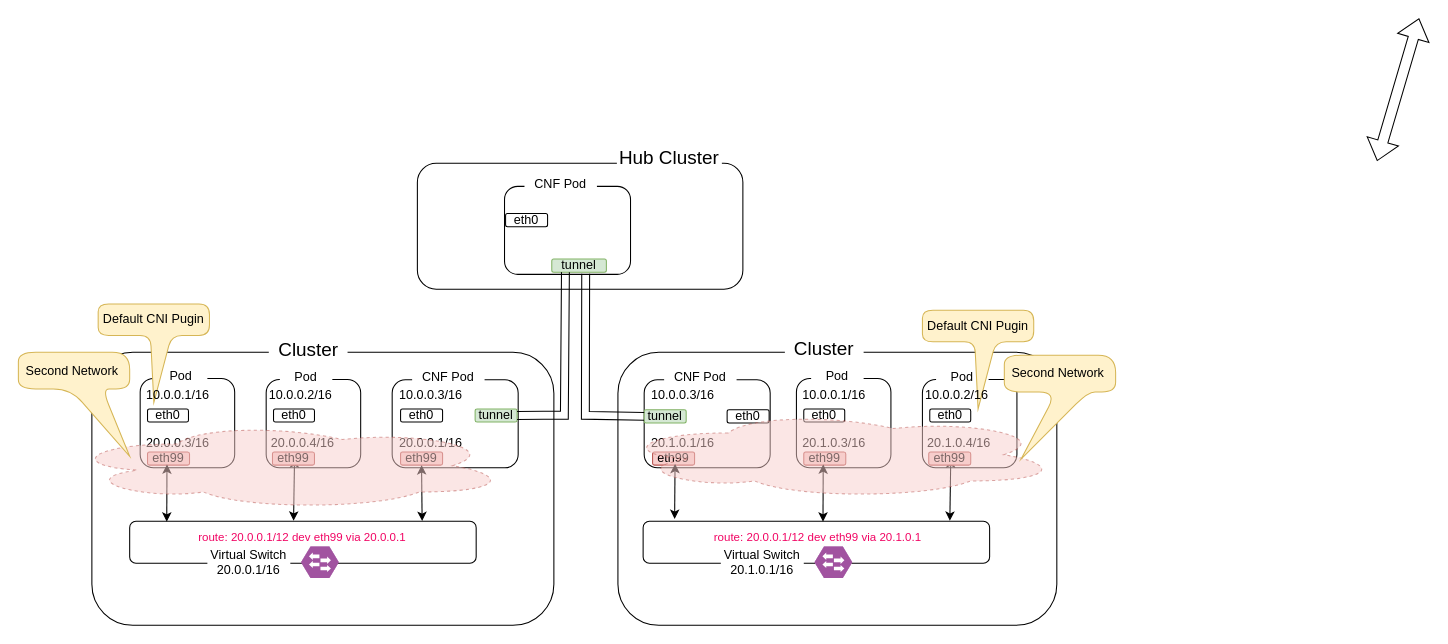
Before: page "Page-4" (4 of 8) of cloud-edge-softarch.drawio in pmlproject9/system_design, a draw.io diagram. Source tidied: cells renumbered, new cells numbered last; positions are measured from the earlier drawing's top-left corner, leaving out a move shared by most shapes. Both pictures are drawn from the tidied source at 105%, with x=0, y=0 at pixel (18, 18).
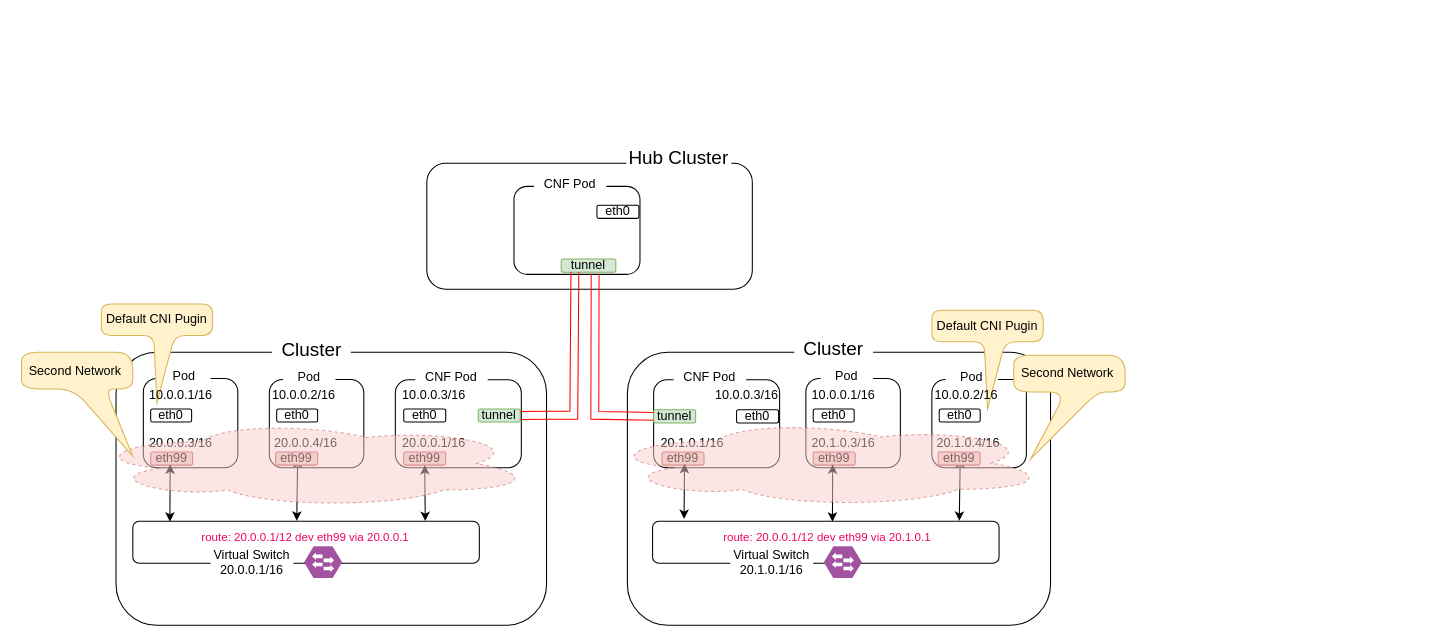
The same page after the edit.

Change to the diagram source:
```diff
@@
     <mxCell id="2" style="rounded=1;whiteSpace=wrap;html=1;" parent="1" vertex="1">
-      <mxGeometry x="380" y="138" width="310" height="120" as="geometry" />
+      <mxGeometry x="389" y="138" width="310" height="120" as="geometry" />
     </mxCell>
     <mxCell id="3" style="rounded=1;whiteSpace=wrap;html=1;" parent="1" vertex="1">
-      <mxGeometry x="70" y="318" width="440" height="260" as="geometry" />
+      <mxGeometry x="93" y="318" width="410" height="260" as="geometry" />
     </mxCell>
     <mxCell id="4" value="&lt;font style=&quot;font-size: 18px;&quot;&gt;Cluster&lt;/font&gt;" style="text;strokeColor=none;align=center;fillColor=default;html=1;verticalAlign=middle;whiteSpace=wrap;rounded=0;" parent="1" vertex="1">
-      <mxGeometry x="238.5" y="301" width="75" height="30" as="geometry" />
+      <mxGeometry x="241.5" y="301" width="75" height="30" as="geometry" />
     </mxCell>
     <mxCell id="5" style="rounded=1;whiteSpace=wrap;html=1;" parent="1" vertex="1">
-      <mxGeometry x="116" y="343" width="90" height="85" as="geometry" />
+      <mxGeometry x="119" y="343" width="90" height="85" as="geometry" />
     </mxCell>
     <mxCell id="6" value="eth0" style="rounded=1;whiteSpace=wrap;html=1;" parent="1" vertex="1">
-      <mxGeometry x="123" y="372" width="39" height="12.5" as="geometry" />
+      <mxGeometry x="126" y="372" width="39" height="12.5" as="geometry" />
     </mxCell>
     <mxCell id="7" value="&lt;font style=&quot;font-size: 12px;&quot;&gt;Pod&lt;/font&gt;" style="text;strokeColor=none;align=center;fillColor=default;html=1;verticalAlign=middle;whiteSpace=wrap;rounded=0;" parent="1" vertex="1">
-      <mxGeometry x="130" y="331" width="50" height="20" as="geometry" />
+      <mxGeometry x="133" y="331" width="50" height="20" as="geometry" />
     </mxCell>
     <mxCell id="8" style="rounded=1;whiteSpace=wrap;html=1;" parent="1" vertex="1">
-      <mxGeometry x="236" y="344" width="90" height="84" as="geometry" />
+      <mxGeometry x="239" y="344" width="90" height="84" as="geometry" />
     </mxCell>
     <mxCell id="9" value="eth0" style="rounded=1;whiteSpace=wrap;html=1;" parent="1" vertex="1">
-      <mxGeometry x="243" y="372" width="39" height="12.5" as="geometry" />
+      <mxGeometry x="246" y="372" width="39" height="12.5" as="geometry" />
     </mxCell>
     <mxCell id="10" value="&lt;font style=&quot;font-size: 12px;&quot;&gt;Pod&lt;/font&gt;" style="text;strokeColor=none;align=center;fillColor=default;html=1;verticalAlign=middle;whiteSpace=wrap;rounded=0;" parent="1" vertex="1">
-      <mxGeometry x="249" y="332" width="50" height="20" as="geometry" />
+      <mxGeometry x="252" y="332" width="50" height="20" as="geometry" />
     </mxCell>
     <mxCell id="11" value="Default CNI Pugin" style="shape=callout;whiteSpace=wrap;html=1;perimeter=calloutPerimeter;size=64;position=0.47;fillColor=#fff2cc;strokeColor=#d6b656;rounded=1;" parent="1" vertex="1">
-      <mxGeometry x="76" y="272" width="106" height="94" as="geometry" />
+      <mxGeometry x="79" y="272" width="106" height="94" as="geometry" />
     </mxCell>
     <mxCell id="12" style="rounded=1;whiteSpace=wrap;html=1;" parent="1" vertex="1">
-      <mxGeometry x="356" y="344.2" width="120" height="83.8" as="geometry" />
+      <mxGeometry x="359" y="344.2" width="120" height="83.8" as="geometry" />
     </mxCell>
     <mxCell id="13" value="eth0" style="rounded=1;whiteSpace=wrap;html=1;" parent="1" vertex="1">
-      <mxGeometry x="364" y="372" width="40" height="12.5" as="geometry" />
+      <mxGeometry x="367" y="372" width="40" height="12.5" as="geometry" />
     </mxCell>
     <mxCell id="14" value="&lt;font style=&quot;font-size: 12px;&quot;&gt;CNF Pod&lt;/font&gt;" style="text;strokeColor=none;align=center;fillColor=default;html=1;verticalAlign=middle;whiteSpace=wrap;rounded=0;" parent="1" vertex="1">
-      <mxGeometry x="375" y="332.2" width="69" height="20" as="geometry" />
+      <mxGeometry x="378" y="332.2" width="69" height="20" as="geometry" />
     </mxCell>
     <mxCell id="15" value="eth99" style="rounded=1;whiteSpace=wrap;html=1;fillColor=#f8cecc;strokeColor=#b85450;" parent="1" vertex="1">
-      <mxGeometry x="123" y="413" width="40" height="12.5" as="geometry" />
+      <mxGeometry x="126" y="413" width="40" height="12.5" as="geometry" />
     </mxCell>
     <mxCell id="16" value="eth99" style="rounded=1;whiteSpace=wrap;html=1;fillColor=#f8cecc;strokeColor=#b85450;" parent="1" vertex="1">
-      <mxGeometry x="364" y="413" width="40" height="12.5" as="geometry" />
+      <mxGeometry x="367" y="413" width="40" height="12.5" as="geometry" />
     </mxCell>
     <mxCell id="17" style="rounded=1;whiteSpace=wrap;html=1;" parent="1" vertex="1">
-      <mxGeometry x="106" y="479" width="330" height="40" as="geometry" />
+      <mxGeometry x="109" y="479" width="330" height="40" as="geometry" />
     </mxCell>
     <mxCell id="18" style="verticalLabelPosition=bottom;html=1;fillColor=#A153A0;strokeColor=#ffffff;verticalAlign=top;align=center;shape=mxgraph.cisco_safe.compositeIcon;bgIcon=mxgraph.cisco_safe.design.blank_device;resIcon=mxgraph.cisco_safe.design.l2_switch;" parent="1" vertex="1">
-      <mxGeometry x="269.2" y="503" width="36" height="30" as="geometry" />
+      <mxGeometry x="272.2" y="503" width="36" height="30" as="geometry" />
     </mxCell>
     <mxCell id="19" value="&lt;font style=&quot;font-size: 12px;&quot;&gt;Virtual Switch 20.0.0.1/16&lt;/font&gt;" style="text;strokeColor=none;align=center;fillColor=default;html=1;verticalAlign=middle;whiteSpace=wrap;rounded=0;" parent="1" vertex="1">
-      <mxGeometry x="180" y="508" width="79" height="20" as="geometry" />
+      <mxGeometry x="183" y="508" width="79" height="20" as="geometry" />
     </mxCell>
@@
     <mxCell id="22" style="endArrow=classic;startArrow=classic;html=1;rounded=0;exitX=0.473;exitY=-0.013;exitDx=0;exitDy=0;exitPerimeter=0;entryX=0.5;entryY=1;entryDx=0;entryDy=0;" parent="1" edge="1" source="17">
       <mxGeometry relative="1" as="geometry">
-        <mxPoint x="263" y="419" as="targetPoint" />
+        <mxPoint x="266" y="419" as="targetPoint" />
       </mxGeometry>
     </mxCell>
@@
     <mxCell id="24" value="10.0.0.1/16" style="text;strokeColor=none;align=center;fillColor=none;html=1;verticalAlign=middle;whiteSpace=wrap;rounded=0;" parent="1" vertex="1">
-      <mxGeometry x="122" y="344.2" width="60" height="30" as="geometry" />
+      <mxGeometry x="125" y="344.2" width="60" height="30" as="geometry" />
     </mxCell>
     <mxCell id="25" value="10.0.0.2/16" style="text;strokeColor=none;align=center;fillColor=none;html=1;verticalAlign=middle;whiteSpace=wrap;rounded=0;" parent="1" vertex="1">
-      <mxGeometry x="238.5" y="344.2" width="60" height="30" as="geometry" />
+      <mxGeometry x="241.5" y="344.2" width="60" height="30" as="geometry" />
     </mxCell>
     <mxCell id="26" value="10.0.0.3/16" style="text;strokeColor=none;align=center;fillColor=none;html=1;verticalAlign=middle;whiteSpace=wrap;rounded=0;" parent="1" vertex="1">
-      <mxGeometry x="363" y="344" width="60" height="30" as="geometry" />
+      <mxGeometry x="366" y="344" width="60" height="30" as="geometry" />
     </mxCell>
     <mxCell id="27" value="20.0.0.3/16" style="text;strokeColor=none;align=center;fillColor=none;html=1;verticalAlign=middle;whiteSpace=wrap;rounded=0;" parent="1" vertex="1">
-      <mxGeometry x="122" y="396.5" width="60" height="16.5" as="geometry" />
+      <mxGeometry x="125" y="396.5" width="60" height="16.5" as="geometry" />
     </mxCell>
     <mxCell id="28" value="eth99" style="rounded=1;whiteSpace=wrap;html=1;fillColor=#f8cecc;strokeColor=#b85450;" parent="1" vertex="1">
-      <mxGeometry x="242" y="413" width="40" height="12.5" as="geometry" />
+      <mxGeometry x="245" y="413" width="40" height="12.5" as="geometry" />
     </mxCell>
     <mxCell id="29" value="20.0.0.4/16" style="text;strokeColor=none;align=center;fillColor=none;html=1;verticalAlign=middle;whiteSpace=wrap;rounded=0;" parent="1" vertex="1">
-      <mxGeometry x="241" y="396.5" width="60" height="16.5" as="geometry" />
+      <mxGeometry x="244" y="396.5" width="60" height="16.5" as="geometry" />
     </mxCell>
     <mxCell id="30" value="20.0.0.1/16" style="text;strokeColor=none;align=center;fillColor=none;html=1;verticalAlign=middle;whiteSpace=wrap;rounded=0;" parent="1" vertex="1">
-      <mxGeometry x="363" y="396.5" width="60" height="16.5" as="geometry" />
+      <mxGeometry x="366" y="396.5" width="60" height="16.5" as="geometry" />
     </mxCell>
     <mxCell id="31" style="ellipse;shape=cloud;whiteSpace=wrap;html=1;fillColor=#f8cecc;dashed=1;strokeColor=#b85450;opacity=50;" parent="1" vertex="1">
-      <mxGeometry x="46" y="384.5" width="420" height="83.2" as="geometry" />
+      <mxGeometry x="69" y="382.5" width="420" height="83.2" as="geometry" />
     </mxCell>
     <mxCell id="32" value="Second Network&amp;nbsp;" style="shape=callout;whiteSpace=wrap;html=1;perimeter=calloutPerimeter;size=64;position=0.47;fillColor=#fff2cc;strokeColor=#d6b656;rounded=1;base=30;arcSize=33;position2=1;" parent="1" vertex="1">
-      <mxGeometry y="318" width="106" height="99" as="geometry" />
+      <mxGeometry x="3" y="318" width="106" height="99" as="geometry" />
     </mxCell>
     <mxCell id="33" value="tunnel" style="rounded=1;whiteSpace=wrap;html=1;fillColor=#d5e8d4;strokeColor=#82b366;" parent="1" vertex="1">
-      <mxGeometry x="435" y="372" width="40" height="12.5" as="geometry" />
+      <mxGeometry x="438" y="372" width="40" height="12.5" as="geometry" />
     </mxCell>
     <mxCell id="34" style="rounded=1;whiteSpace=wrap;html=1;" parent="1" vertex="1">
-      <mxGeometry x="463" y="160" width="120" height="83.8" as="geometry" />
+      <mxGeometry x="472" y="160" width="120" height="83.8" as="geometry" />
     </mxCell>
     <mxCell id="35" value="&lt;font style=&quot;font-size: 12px;&quot;&gt;CNF Pod&lt;/font&gt;" style="text;strokeColor=none;align=center;fillColor=default;html=1;verticalAlign=middle;whiteSpace=wrap;rounded=0;" parent="1" vertex="1">
-      <mxGeometry x="482" y="148" width="69" height="20" as="geometry" />
+      <mxGeometry x="491" y="148" width="69" height="20" as="geometry" />
     </mxCell>
     <mxCell id="36" value="tunnel" style="rounded=1;whiteSpace=wrap;html=1;fillColor=#d5e8d4;strokeColor=#82b366;" parent="1" vertex="1">
-      <mxGeometry x="508" y="229.2" width="52" height="12.5" as="geometry" />
+      <mxGeometry x="517" y="229.2" width="52" height="12.5" as="geometry" />
     </mxCell>
     <mxCell id="37" value="eth0" style="rounded=1;whiteSpace=wrap;html=1;" parent="1" vertex="1">
-      <mxGeometry x="464" y="185.9" width="40" height="12.5" as="geometry" />
+      <mxGeometry x="551" y="178" width="40" height="12.5" as="geometry" />
     </mxCell>
     <mxCell id="38" style="rounded=1;whiteSpace=wrap;html=1;" parent="1" vertex="1">
-      <mxGeometry x="571" y="318" width="418" height="260" as="geometry" />
+      <mxGeometry x="580" y="318" width="403" height="260" as="geometry" />
     </mxCell>
     <mxCell id="39" value="&lt;font style=&quot;font-size: 18px;&quot;&gt;Cluster&lt;/font&gt;" style="text;strokeColor=none;align=center;fillColor=default;html=1;verticalAlign=middle;whiteSpace=wrap;rounded=0;" parent="1" vertex="1">
-      <mxGeometry x="730" y="299.8" width="75" height="30" as="geometry" />
+      <mxGeometry x="739" y="299.8" width="75" height="30" as="geometry" />
     </mxCell>
     <mxCell id="40" style="rounded=1;whiteSpace=wrap;html=1;" parent="1" vertex="1">
-      <mxGeometry x="741" y="343" width="90" height="85" as="geometry" />
+      <mxGeometry x="750" y="343" width="90" height="85" as="geometry" />
     </mxCell>
     <mxCell id="41" value="eth0" style="rounded=1;whiteSpace=wrap;html=1;" parent="1" vertex="1">
-      <mxGeometry x="748" y="372" width="39" height="12.5" as="geometry" />
+      <mxGeometry x="757" y="372" width="39" height="12.5" as="geometry" />
     </mxCell>
     <mxCell id="42" value="&lt;font style=&quot;font-size: 12px;&quot;&gt;Pod&lt;/font&gt;" style="text;strokeColor=none;align=center;fillColor=default;html=1;verticalAlign=middle;whiteSpace=wrap;rounded=0;" parent="1" vertex="1">
-      <mxGeometry x="755" y="331" width="50" height="20" as="geometry" />
+      <mxGeometry x="764" y="331" width="50" height="20" as="geometry" />
     </mxCell>
     <mxCell id="43" style="rounded=1;whiteSpace=wrap;html=1;" parent="1" vertex="1">
-      <mxGeometry x="861" y="344" width="90" height="84" as="geometry" />
+      <mxGeometry x="870" y="344" width="90" height="84" as="geometry" />
     </mxCell>
     <mxCell id="44" value="eth0" style="rounded=1;whiteSpace=wrap;html=1;" parent="1" vertex="1">
-      <mxGeometry x="868" y="372" width="39" height="12.5" as="geometry" />
+      <mxGeometry x="877" y="372" width="39" height="12.5" as="geometry" />
     </mxCell>
     <mxCell id="45" value="&lt;font style=&quot;font-size: 12px;&quot;&gt;Pod&lt;/font&gt;" style="text;strokeColor=none;align=center;fillColor=default;html=1;verticalAlign=middle;whiteSpace=wrap;rounded=0;" parent="1" vertex="1">
-      <mxGeometry x="874" y="332" width="50" height="20" as="geometry" />
+      <mxGeometry x="883" y="332" width="50" height="20" as="geometry" />
     </mxCell>
     <mxCell id="46" value="Default CNI Pugin" style="shape=callout;whiteSpace=wrap;html=1;perimeter=calloutPerimeter;size=64;position=0.47;fillColor=#fff2cc;strokeColor=#d6b656;rounded=1;" parent="1" vertex="1">
-      <mxGeometry x="861" y="278" width="106" height="94" as="geometry" />
+      <mxGeometry x="870" y="278" width="106" height="94" as="geometry" />
     </mxCell>
     <mxCell id="47" style="rounded=1;whiteSpace=wrap;html=1;" parent="1" vertex="1">
-      <mxGeometry x="596" y="344.2" width="120" height="83.8" as="geometry" />
+      <mxGeometry x="605" y="344.2" width="120" height="83.8" as="geometry" />
     </mxCell>
     <mxCell id="48" value="eth0" style="rounded=1;whiteSpace=wrap;html=1;" parent="1" vertex="1">
-      <mxGeometry x="675" y="372.8" width="40" height="12.5" as="geometry" />
+      <mxGeometry x="684" y="372.8" width="40" height="12.5" as="geometry" />
     </mxCell>
     <mxCell id="49" value="&lt;font style=&quot;font-size: 12px;&quot;&gt;CNF Pod&lt;/font&gt;" style="text;strokeColor=none;align=center;fillColor=default;html=1;verticalAlign=middle;whiteSpace=wrap;rounded=0;" parent="1" vertex="1">
-      <mxGeometry x="615" y="332.2" width="69" height="20" as="geometry" />
+      <mxGeometry x="624" y="332.2" width="69" height="20" as="geometry" />
     </mxCell>
     <mxCell id="50" value="eth99" style="rounded=1;whiteSpace=wrap;html=1;fillColor=#f8cecc;strokeColor=#b85450;" parent="1" vertex="1">
-      <mxGeometry x="748" y="413" width="40" height="12.5" as="geometry" />
+      <mxGeometry x="757" y="413" width="40" height="12.5" as="geometry" />
     </mxCell>
     <mxCell id="51" value="eth99" style="rounded=1;whiteSpace=wrap;html=1;fillColor=#f8cecc;strokeColor=#b85450;" parent="1" vertex="1">
-      <mxGeometry x="604" y="413" width="40" height="12.5" as="geometry" />
+      <mxGeometry x="613" y="413" width="40" height="12.5" as="geometry" />
     </mxCell>
     <mxCell id="52" style="rounded=1;whiteSpace=wrap;html=1;" parent="1" vertex="1">
-      <mxGeometry x="595" y="479" width="330" height="40" as="geometry" />
+      <mxGeometry x="604" y="479" width="330" height="40" as="geometry" />
     </mxCell>
     <mxCell id="53" style="verticalLabelPosition=bottom;html=1;fillColor=#A153A0;strokeColor=#ffffff;verticalAlign=top;align=center;shape=mxgraph.cisco_safe.compositeIcon;bgIcon=mxgraph.cisco_safe.design.blank_device;resIcon=mxgraph.cisco_safe.design.l2_switch;" parent="1" vertex="1">
-      <mxGeometry x="758.2" y="503" width="36" height="30" as="geometry" />
+      <mxGeometry x="767.2" y="503" width="36" height="30" as="geometry" />
     </mxCell>
     <mxCell id="54" value="&lt;font style=&quot;font-size: 12px;&quot;&gt;Virtual Switch 20.1.0.1/16&lt;/font&gt;" style="text;strokeColor=none;align=center;fillColor=default;html=1;verticalAlign=middle;whiteSpace=wrap;rounded=0;" parent="1" vertex="1">
-      <mxGeometry x="669" y="508" width="79" height="20" as="geometry" />
+      <mxGeometry x="678" y="508" width="79" height="20" as="geometry" />
     </mxCell>
     <mxCell id="55" style="endArrow=classic;startArrow=classic;html=1;rounded=0;exitX=0.107;exitY=0.009;exitDx=0;exitDy=0;exitPerimeter=0;entryX=0.463;entryY=0.945;entryDx=0;entryDy=0;entryPerimeter=0;" parent="1" edge="1" target="50">
       <mxGeometry relative="1" as="geometry">
-        <mxPoint x="766.3" y="479.4" as="sourcePoint" />
+        <mxPoint x="775.3" y="479.4" as="sourcePoint" />
       </mxGeometry>
     </mxCell>
@@
     <mxCell id="57" style="endArrow=classic;startArrow=classic;html=1;rounded=0;exitX=0.473;exitY=-0.013;exitDx=0;exitDy=0;exitPerimeter=0;entryX=0.5;entryY=1;entryDx=0;entryDy=0;" parent="1" edge="1">
       <mxGeometry relative="1" as="geometry">
-        <mxPoint x="887.1" y="478.5" as="sourcePoint" />
-        <mxPoint x="888" y="419" as="targetPoint" />
+        <mxPoint x="896.1" y="478.5" as="sourcePoint" />
+        <mxPoint x="897" y="419" as="targetPoint" />
       </mxGeometry>
     </mxCell>
     <mxCell id="58" style="endArrow=classic;startArrow=classic;html=1;rounded=0;entryX=0.5;entryY=1;entryDx=0;entryDy=0;" parent="1" edge="1">
       <mxGeometry relative="1" as="geometry">
-        <mxPoint x="625" y="476.8" as="sourcePoint" />
-        <mxPoint x="625.4" y="424.3" as="targetPoint" />
+        <mxPoint x="634" y="476.8" as="sourcePoint" />
+        <mxPoint x="634.4" y="424.3" as="targetPoint" />
       </mxGeometry>
     </mxCell>
     <mxCell id="59" value="10.0.0.1/16" style="text;strokeColor=none;align=center;fillColor=none;html=1;verticalAlign=middle;whiteSpace=wrap;rounded=0;" parent="1" vertex="1">
-      <mxGeometry x="747" y="344.2" width="60" height="30" as="geometry" />
+      <mxGeometry x="756" y="344.2" width="60" height="30" as="geometry" />
     </mxCell>
     <mxCell id="60" value="10.0.0.2/16" style="text;strokeColor=none;align=center;fillColor=none;html=1;verticalAlign=middle;whiteSpace=wrap;rounded=0;" parent="1" vertex="1">
-      <mxGeometry x="863.5" y="344.2" width="60" height="30" as="geometry" />
+      <mxGeometry x="872.5" y="344.2" width="60" height="30" as="geometry" />
     </mxCell>
     <mxCell id="61" value="10.0.0.3/16" style="text;strokeColor=none;align=center;fillColor=none;html=1;verticalAlign=middle;whiteSpace=wrap;rounded=0;" parent="1" vertex="1">
-      <mxGeometry x="603" y="344" width="60" height="30" as="geometry" />
+      <mxGeometry x="664" y="344.2" width="60" height="30" as="geometry" />
     </mxCell>
     <mxCell id="62" value="20.1.0.3/16" style="text;strokeColor=none;align=center;fillColor=none;html=1;verticalAlign=middle;whiteSpace=wrap;rounded=0;" parent="1" vertex="1">
-      <mxGeometry x="747" y="396.5" width="60" height="16.5" as="geometry" />
+      <mxGeometry x="756" y="396.5" width="60" height="16.5" as="geometry" />
     </mxCell>
     <mxCell id="63" value="eth99" style="rounded=1;whiteSpace=wrap;html=1;fillColor=#f8cecc;strokeColor=#b85450;" parent="1" vertex="1">
-      <mxGeometry x="867" y="413" width="40" height="12.5" as="geometry" />
+      <mxGeometry x="876" y="413" width="40" height="12.5" as="geometry" />
     </mxCell>
     <mxCell id="64" value="20.1.0.4/16" style="text;strokeColor=none;align=center;fillColor=none;html=1;verticalAlign=middle;whiteSpace=wrap;rounded=0;" parent="1" vertex="1">
-      <mxGeometry x="866" y="396.5" width="60" height="16.5" as="geometry" />
+      <mxGeometry x="875" y="396.5" width="60" height="16.5" as="geometry" />
     </mxCell>
     <mxCell id="65" value="20.1.0.1/16" style="text;strokeColor=none;align=center;fillColor=none;html=1;verticalAlign=middle;whiteSpace=wrap;rounded=0;" parent="1" vertex="1">
-      <mxGeometry x="603" y="396.5" width="60" height="16.5" as="geometry" />
+      <mxGeometry x="612" y="396.5" width="60" height="16.5" as="geometry" />
     </mxCell>
     <mxCell id="66" style="ellipse;shape=cloud;whiteSpace=wrap;html=1;fillColor=#f8cecc;dashed=1;strokeColor=#b85450;opacity=50;" parent="1" vertex="1">
-      <mxGeometry x="571" y="374" width="420" height="83.2" as="geometry" />
+      <mxGeometry x="559" y="382" width="420" height="83.2" as="geometry" />
     </mxCell>
     <mxCell id="67" value="Second Network&amp;nbsp;" style="shape=callout;whiteSpace=wrap;html=1;perimeter=calloutPerimeter;size=64;position=0.47;fillColor=#fff2cc;strokeColor=#d6b656;rounded=1;base=30;arcSize=33;position2=0.15;" parent="1" vertex="1">
-      <mxGeometry x="939" y="320.8" width="106" height="99" as="geometry" />
+      <mxGeometry x="948" y="320.8" width="106" height="99" as="geometry" />
     </mxCell>
     <mxCell id="68" value="tunnel" style="rounded=1;whiteSpace=wrap;html=1;fillColor=#d5e8d4;strokeColor=#82b366;" parent="1" vertex="1">
-      <mxGeometry x="596" y="372.8" width="40" height="12.5" as="geometry" />
+      <mxGeometry x="605" y="372.8" width="40" height="12.5" as="geometry" />
     </mxCell>
-    <mxCell id="69" style="shape=flexArrow;endArrow=classic;startArrow=classic;html=1;rounded=0;entryX=0.5;entryY=1;entryDx=0;entryDy=0;" parent="1" edge="1">
-      <mxGeometry relative="1" as="geometry">
-        <mxPoint x="1294" y="135.9" as="sourcePoint" />
-        <mxPoint x="1334" y="-0.1" as="targetPoint" />
-      </mxGeometry>
-    </mxCell>
-    <mxCell id="70" style="shape=link;html=1;rounded=0;entryX=0.25;entryY=1;entryDx=0;entryDy=0;width=7.5;exitX=1;exitY=0.5;exitDx=0;exitDy=0;" parent="1" edge="1" source="33" target="36">
+    <mxCell id="70" style="shape=link;html=1;rounded=0;entryX=0.25;entryY=1;entryDx=0;entryDy=0;width=7.5;exitX=1;exitY=0.5;exitDx=0;exitDy=0;strokeColor=#fa0000;" parent="1" edge="1" source="33" target="36">
       <mxGeometry relative="1" as="geometry">
         <Array as="points">
-          <mxPoint x="500" y="378" />
-          <mxPoint x="520" y="378" />
+          <mxPoint x="509" y="378" />
+          <mxPoint x="529" y="378" />
         </Array>
       </mxGeometry>
     </mxCell>
-    <mxCell id="71" style="shape=link;html=1;rounded=0;width=7.5;exitX=0;exitY=0.5;exitDx=0;exitDy=0;entryX=0.621;entryY=1.117;entryDx=0;entryDy=0;entryPerimeter=0;" parent="1" edge="1" source="68" target="36">
+    <mxCell id="71" style="shape=link;html=1;rounded=0;width=7.5;exitX=0;exitY=0.5;exitDx=0;exitDy=0;entryX=0.621;entryY=1.117;entryDx=0;entryDy=0;entryPerimeter=0;strokeColor=#ff0505;" parent="1" edge="1" source="68" target="36">
       <mxGeometry relative="1" as="geometry">
         <Array as="points">
-          <mxPoint x="540" y="378" />
+          <mxPoint x="549" y="378" />
         </Array>
       </mxGeometry>
     </mxCell>
     <mxCell id="72" value="&lt;font style=&quot;font-size: 18px;&quot;&gt;Hub Cluster&lt;/font&gt;" style="text;strokeColor=none;align=center;fillColor=default;html=1;verticalAlign=middle;whiteSpace=wrap;rounded=0;" parent="1" vertex="1">
-      <mxGeometry x="570" y="118" width="100" height="30" as="geometry" />
+      <mxGeometry x="579" y="118" width="100" height="30" as="geometry" />
     </mxCell>
```
